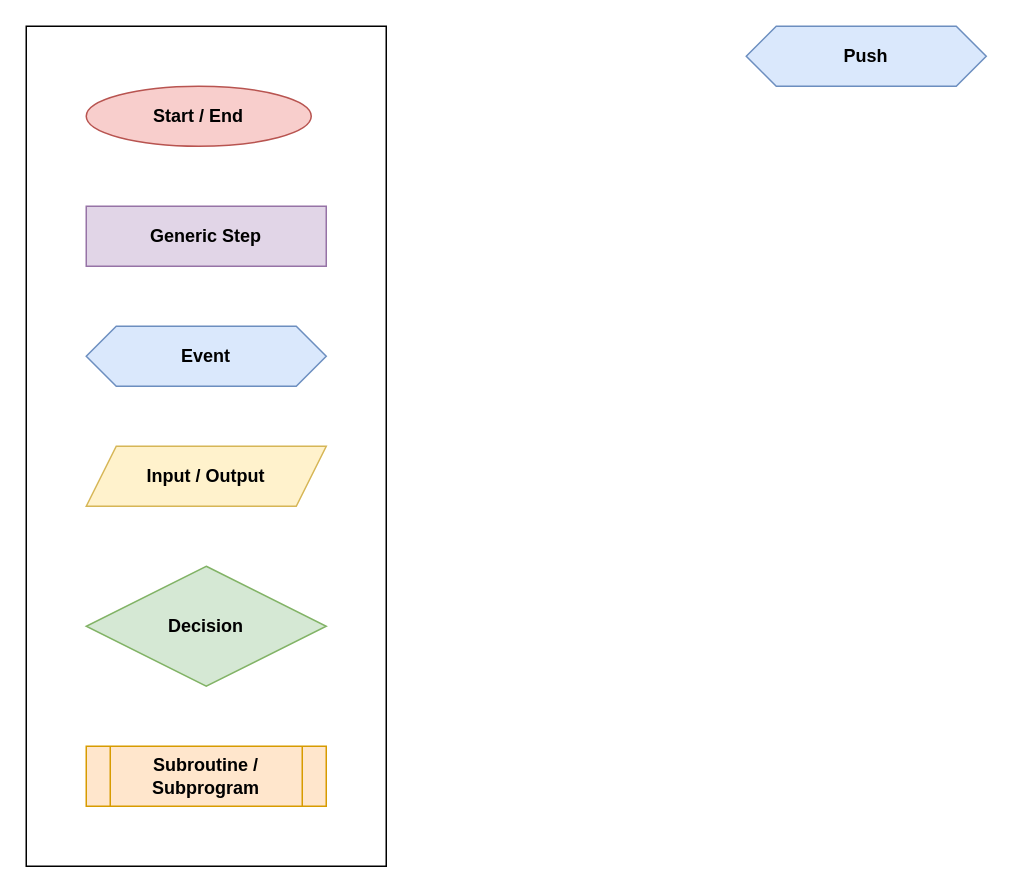
The draw.io diagram wiki/ci/ci-develop-frontend.drawio in paulAlexSerban/tpl--living-style-guide, before the edit. Source tidied: cells renumbered, new cells numbered last; positions are measured from the earlier drawing's top-left corner, leaving out a move shared by most shapes. Both pictures are drawn from the tidied source at 150%, with x=0, y=0 at pixel (26, 26).
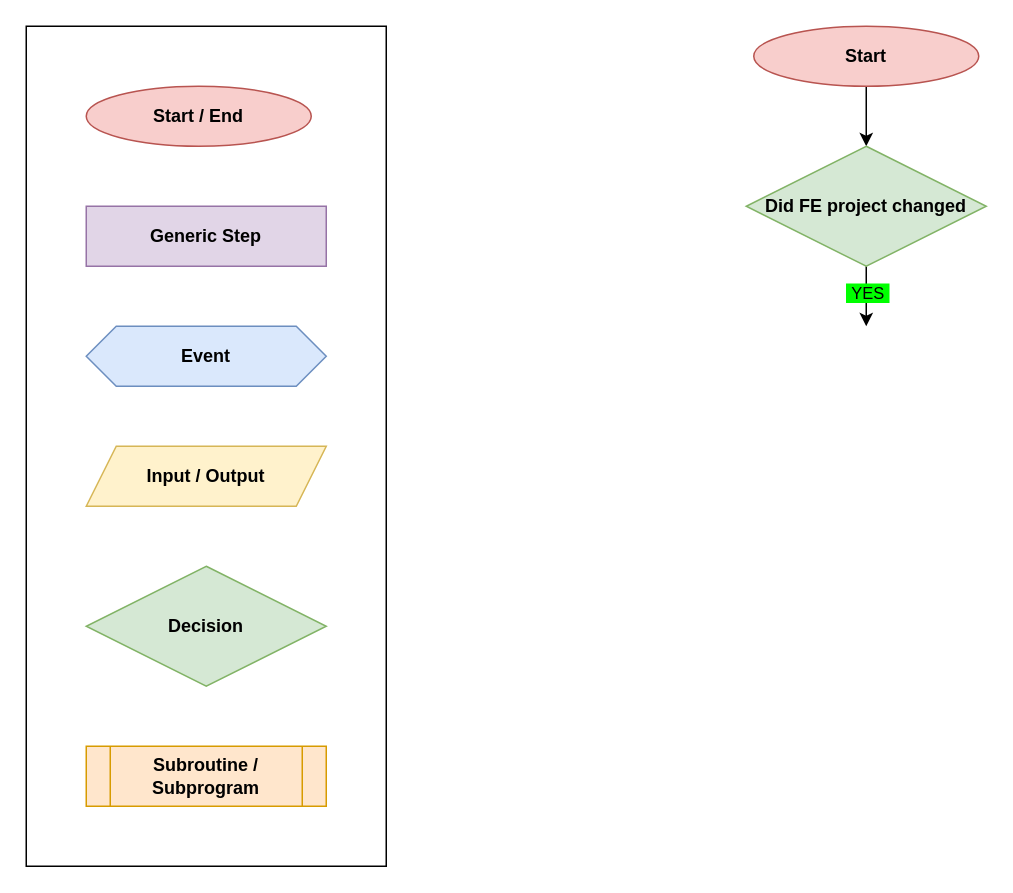
The same page after the edit.

What changed in the source:
```diff
@@
 <mxGraphModel>
   <root>
     <mxCell id="0" />
     <mxCell id="1" parent="0" />
     <mxCell id="2" style="rounded=0;whiteSpace=wrap;html=1;fontColor=#000000;fillColor=none;" parent="1" vertex="1">
       <mxGeometry width="240" height="560" as="geometry" />
     </mxCell>
     <mxCell id="3" value="&lt;font color=&quot;#000000&quot;&gt;Start / End&lt;/font&gt;" style="ellipse;whiteSpace=wrap;html=1;fillColor=#f8cecc;strokeColor=#b85450;fontStyle=1;" parent="1" vertex="1">
       <mxGeometry x="40" y="40" width="150" height="40" as="geometry" />
     </mxCell>
     <mxCell id="4" value="&lt;b&gt;Generic Step&lt;/b&gt;" style="rounded=0;whiteSpace=wrap;html=1;fillColor=#e1d5e7;strokeColor=#9673a6;fontColor=#000000;" parent="1" vertex="1">
       <mxGeometry x="40" y="120" width="160" height="40" as="geometry" />
     </mxCell>
     <mxCell id="5" value="&lt;b&gt;&lt;font color=&quot;#000000&quot;&gt;Event&lt;/font&gt;&lt;/b&gt;" style="shape=hexagon;perimeter=hexagonPerimeter2;whiteSpace=wrap;html=1;fixedSize=1;fillColor=#dae8fc;strokeColor=#6c8ebf;" parent="1" vertex="1">
       <mxGeometry x="40" y="200" width="160" height="40" as="geometry" />
     </mxCell>
     <mxCell id="6" value="&lt;font color=&quot;#000000&quot;&gt;&lt;b&gt;Input&amp;nbsp;/ Output&lt;/b&gt;&lt;/font&gt;" style="shape=parallelogram;perimeter=parallelogramPerimeter;whiteSpace=wrap;html=1;fixedSize=1;fillColor=#fff2cc;strokeColor=#d6b656;" parent="1" vertex="1">
       <mxGeometry x="40" y="280" width="160" height="40" as="geometry" />
     </mxCell>
     <mxCell id="7" value="&lt;font color=&quot;#000000&quot;&gt;&lt;b&gt;Decision&lt;/b&gt;&lt;/font&gt;" style="rhombus;whiteSpace=wrap;html=1;fillColor=#d5e8d4;strokeColor=#82b366;" parent="1" vertex="1">
       <mxGeometry x="40" y="360" width="160" height="80" as="geometry" />
     </mxCell>
     <mxCell id="8" value="&lt;b&gt;&lt;font color=&quot;#000000&quot;&gt;Subroutine /&lt;br&gt;Subprogram&lt;/font&gt;&lt;/b&gt;" style="shape=process;whiteSpace=wrap;html=1;backgroundOutline=1;fillColor=#ffe6cc;strokeColor=#d79b00;" parent="1" vertex="1">
       <mxGeometry x="40" y="480" width="160" height="40" as="geometry" />
     </mxCell>
-    <mxCell id="9" value="&lt;b&gt;&lt;font color=&quot;#000000&quot;&gt;Push&lt;/font&gt;&lt;/b&gt;" style="shape=hexagon;perimeter=hexagonPerimeter2;whiteSpace=wrap;html=1;fixedSize=1;fillColor=#dae8fc;strokeColor=#6c8ebf;" parent="1" vertex="1">
-      <mxGeometry x="480" width="160" height="40" as="geometry" />
-    </mxCell>
+    <mxCell id="10" style="edgeStyle=none;html=1;" parent="1" edge="1">
+      <mxGeometry relative="1" as="geometry">
+        <mxPoint x="560" y="160" as="sourcePoint" />
+        <mxPoint x="560" y="200" as="targetPoint" />
+      </mxGeometry>
+    </mxCell>
+    <mxCell id="11" value="&lt;font color=&quot;#000000&quot;&gt;&amp;nbsp;YES&amp;nbsp;&lt;br&gt;&lt;/font&gt;" style="edgeLabel;html=1;align=center;verticalAlign=middle;labelBackgroundColor=#00FF00;" parent="10" vertex="1">
+      <mxGeometry x="-0.13" relative="1" as="geometry" />
+    </mxCell>
+    <mxCell id="12" style="edgeStyle=none;html=1;entryX=0.5;entryY=0;entryDx=0;entryDy=0;fontColor=#000000;" parent="1" edge="1" source="13">
+      <mxGeometry relative="1" as="geometry">
+        <mxPoint x="560" y="80" as="targetPoint" />
+      </mxGeometry>
+    </mxCell>
+    <mxCell id="13" value="&lt;font color=&quot;#000000&quot;&gt;Start&lt;br&gt;&lt;/font&gt;" style="ellipse;whiteSpace=wrap;html=1;fillColor=#f8cecc;strokeColor=#b85450;fontStyle=1;" parent="1" vertex="1">
+      <mxGeometry x="485" width="150" height="40" as="geometry" />
+    </mxCell>
+    <mxCell id="14" value="&lt;font color=&quot;#000000&quot;&gt;&lt;b&gt;Did FE project changed&lt;/b&gt;&lt;/font&gt;" style="rhombus;whiteSpace=wrap;html=1;fillColor=#d5e8d4;strokeColor=#82b366;" parent="1" vertex="1">
+      <mxGeometry x="480" y="80" width="160" height="80" as="geometry" />
+    </mxCell>
   </root>
 </mxGraphModel>
```
